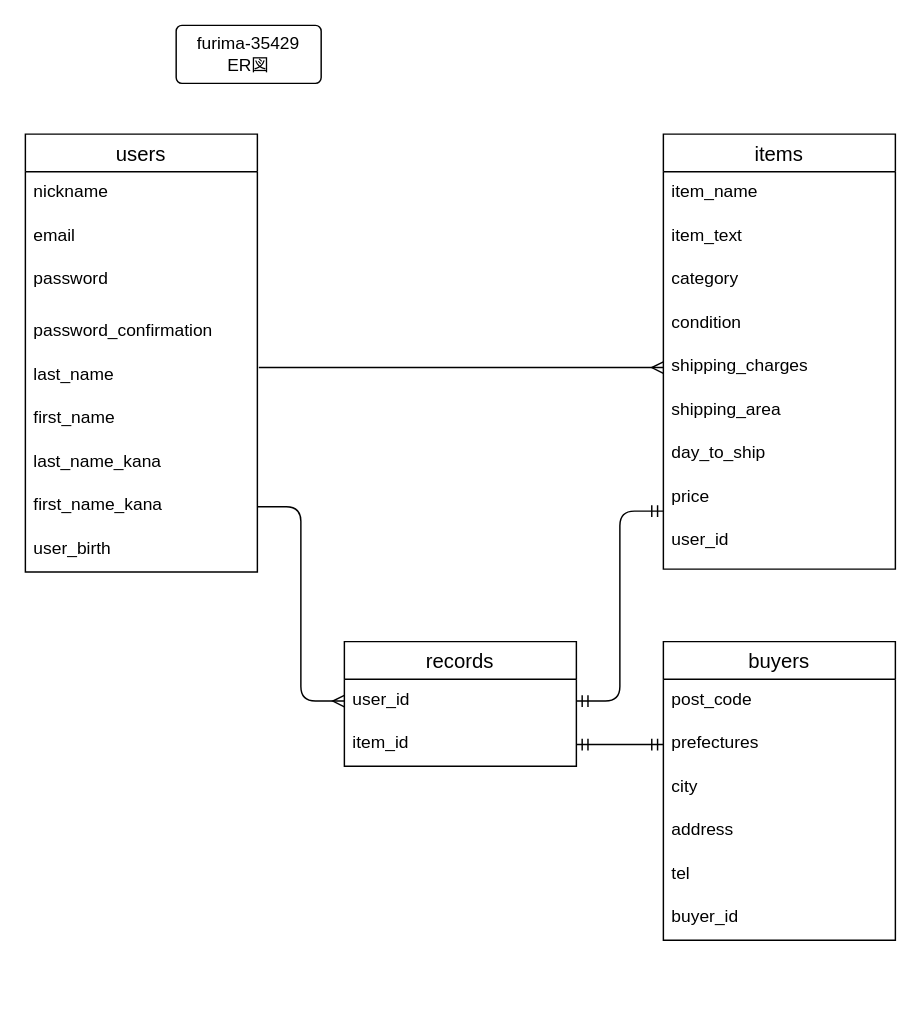
Above: furima.dio in YoheiEguchi/furima-35429 (draw.io), before the change. Source tidied: cells renumbered, new cells numbered last; positions are measured from the earlier drawing's top-left corner, leaving out a move shared by most shapes. Both pictures are drawn from the tidied source at 145%, with x=0, y=0 at pixel (25, 25).
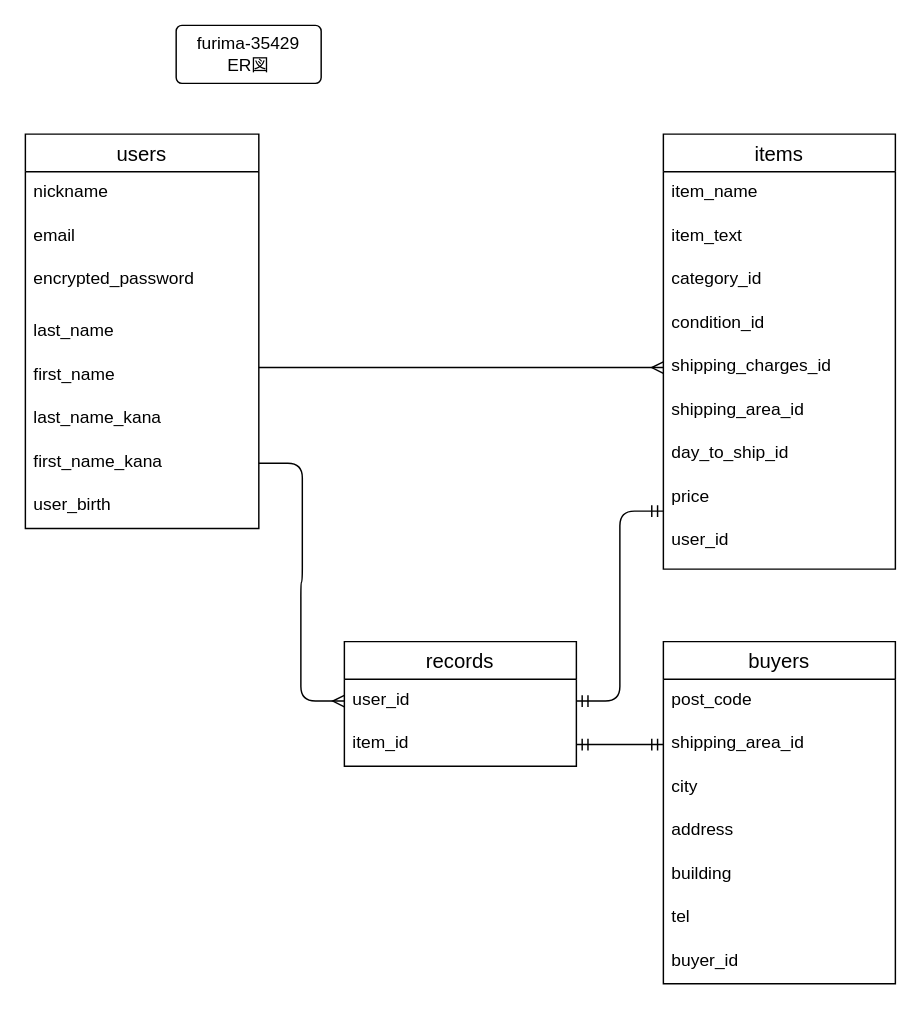
The same diagram, later.

Commit message (it also covers changes not shown here):
ER図、README修正

Unchanged cells that the change refers to:
```xml
<mxCell id="14" value="items" style="swimlane;fontStyle=0;horizontal=1;startSize=26;align=center;fontSize=14;" parent="1" vertex="1">
  <mxGeometry x="440" y="75" width="160" height="300" as="geometry" />
</mxCell>
```

Change to the diagram source:
```diff
@@
     <mxCell id="2" value="users" style="swimlane;fontStyle=0;horizontal=1;startSize=26;align=center;fontSize=14;" parent="1" vertex="1">
-      <mxGeometry y="75" width="160" height="302" as="geometry" />
+      <mxGeometry y="75" width="161" height="272" as="geometry" />
     </mxCell>
     <mxCell id="3" value="nickname" style="text;strokeColor=none;fillColor=none;spacingLeft=4;spacingRight=4;overflow=hidden;fontSize=12;" parent="2" vertex="1">
-      <mxGeometry y="26" width="160" height="30" as="geometry" />
+      <mxGeometry y="26" width="161" height="30" as="geometry" />
     </mxCell>
     <mxCell id="4" value="email" style="text;strokeColor=none;fillColor=none;spacingLeft=4;spacingRight=4;overflow=hidden;fontSize=12;" parent="2" vertex="1">
-      <mxGeometry y="56" width="160" height="30" as="geometry" />
+      <mxGeometry y="56" width="161" height="30" as="geometry" />
     </mxCell>
-    <mxCell id="5" value="password" style="text;strokeColor=none;fillColor=none;spacingLeft=4;spacingRight=4;overflow=hidden;fontSize=12;" parent="2" vertex="1">
-      <mxGeometry y="86" width="160" height="36" as="geometry" />
+    <mxCell id="5" value="encrypted_password" style="text;strokeColor=none;fillColor=none;spacingLeft=4;spacingRight=4;overflow=hidden;fontSize=12;" parent="2" vertex="1">
+      <mxGeometry y="86" width="161" height="36" as="geometry" />
     </mxCell>
-    <mxCell id="6" value="password_confirmation" style="text;strokeColor=none;fillColor=none;spacingLeft=4;spacingRight=4;overflow=hidden;points=[[0,0.5],[1,0.5]];portConstraint=eastwest;fontSize=12;" parent="2" vertex="1">
-      <mxGeometry y="122" width="160" height="30" as="geometry" />
-    </mxCell>
     <mxCell id="7" value="last_name" style="text;strokeColor=none;fillColor=none;spacingLeft=4;spacingRight=4;overflow=hidden;fontSize=12;" parent="2" vertex="1">
-      <mxGeometry y="152" width="160" height="30" as="geometry" />
+      <mxGeometry y="122" width="161" height="30" as="geometry" />
     </mxCell>
     <mxCell id="8" value="first_name" style="text;strokeColor=none;fillColor=none;spacingLeft=4;spacingRight=4;overflow=hidden;points=[[0,0.5],[1,0.5]];portConstraint=eastwest;fontSize=12;" parent="2" vertex="1">
-      <mxGeometry y="182" width="160" height="30" as="geometry" />
+      <mxGeometry y="152" width="161" height="30" as="geometry" />
     </mxCell>
     <mxCell id="9" value="last_name_kana" style="text;strokeColor=none;fillColor=none;spacingLeft=4;spacingRight=4;overflow=hidden;fontSize=12;" parent="2" vertex="1">
-      <mxGeometry y="212" width="160" height="30" as="geometry" />
+      <mxGeometry y="182" width="161" height="30" as="geometry" />
     </mxCell>
     <mxCell id="10" value="first_name_kana" style="text;strokeColor=none;fillColor=none;spacingLeft=4;spacingRight=4;overflow=hidden;points=[[0,0.5],[1,0.5]];portConstraint=eastwest;fontSize=12;" parent="2" vertex="1">
-      <mxGeometry y="242" width="160" height="30" as="geometry" />
+      <mxGeometry y="212" width="161" height="30" as="geometry" />
     </mxCell>
     <mxCell id="11" value="user_birth" style="text;strokeColor=none;fillColor=none;spacingLeft=4;spacingRight=4;overflow=hidden;fontSize=12;" parent="2" vertex="1">
-      <mxGeometry y="272" width="160" height="30" as="geometry" />
+      <mxGeometry y="242" width="161" height="30" as="geometry" />
     </mxCell>
@@
-    <mxCell id="13" style="edgeStyle=orthogonalEdgeStyle;rounded=0;orthogonalLoop=1;jettySize=auto;html=1;exitX=1;exitY=0.5;exitDx=0;exitDy=0;" parent="2" edge="1" source="6" target="6">
-      <mxGeometry relative="1" as="geometry" />
+    <mxCell id="13" style="edgeStyle=orthogonalEdgeStyle;rounded=0;orthogonalLoop=1;jettySize=auto;html=1;exitX=1;exitY=0.5;exitDx=0;exitDy=0;" parent="2" edge="1">
+      <mxGeometry relative="1" as="geometry">
+        <mxPoint x="160" y="137" as="sourcePoint" />
+        <mxPoint x="160" y="137" as="targetPoint" />
+      </mxGeometry>
     </mxCell>
@@
-    <mxCell id="17" value="category" style="text;strokeColor=none;fillColor=none;spacingLeft=4;spacingRight=4;overflow=hidden;fontSize=12;" parent="14" vertex="1">
+    <mxCell id="17" value="category_id" style="text;strokeColor=none;fillColor=none;spacingLeft=4;spacingRight=4;overflow=hidden;fontSize=12;" parent="14" vertex="1">
       <mxGeometry y="86" width="160" height="30" as="geometry" />
     </mxCell>
-    <mxCell id="18" value="condition" style="text;strokeColor=none;fillColor=none;spacingLeft=4;spacingRight=4;overflow=hidden;fontSize=12;" parent="14" vertex="1">
+    <mxCell id="18" value="condition_id" style="text;strokeColor=none;fillColor=none;spacingLeft=4;spacingRight=4;overflow=hidden;fontSize=12;" parent="14" vertex="1">
       <mxGeometry y="116" width="160" height="30" as="geometry" />
     </mxCell>
-    <mxCell id="19" value="shipping_charges" style="text;strokeColor=none;fillColor=none;spacingLeft=4;spacingRight=4;overflow=hidden;points=[[0,0.5],[1,0.5]];portConstraint=eastwest;fontSize=12;" parent="14" vertex="1">
+    <mxCell id="19" value="shipping_charges_id" style="text;strokeColor=none;fillColor=none;spacingLeft=4;spacingRight=4;overflow=hidden;points=[[0,0.5],[1,0.5]];portConstraint=eastwest;fontSize=12;" parent="14" vertex="1">
       <mxGeometry y="146" width="160" height="30" as="geometry" />
     </mxCell>
-    <mxCell id="20" value="shipping_area" style="text;strokeColor=none;fillColor=none;spacingLeft=4;spacingRight=4;overflow=hidden;fontSize=12;" parent="14" vertex="1">
+    <mxCell id="20" value="shipping_area_id" style="text;strokeColor=none;fillColor=none;spacingLeft=4;spacingRight=4;overflow=hidden;fontSize=12;" parent="14" vertex="1">
       <mxGeometry y="176" width="160" height="30" as="geometry" />
     </mxCell>
-    <mxCell id="21" value="day_to_ship" style="text;strokeColor=none;fillColor=none;spacingLeft=4;spacingRight=4;overflow=hidden;fontSize=12;" parent="14" vertex="1">
+    <mxCell id="21" value="day_to_ship_id" style="text;strokeColor=none;fillColor=none;spacingLeft=4;spacingRight=4;overflow=hidden;fontSize=12;" parent="14" vertex="1">
       <mxGeometry y="206" width="160" height="30" as="geometry" />
     </mxCell>
@@
     <mxCell id="30" value="buyers" style="swimlane;fontStyle=0;horizontal=1;startSize=26;align=center;fontSize=14;rounded=0;sketch=0;" parent="1" vertex="1">
-      <mxGeometry x="440" y="425" width="160" height="206" as="geometry" />
+      <mxGeometry x="440" y="425" width="160" height="236" as="geometry" />
     </mxCell>
@@
-    <mxCell id="32" value="prefectures" style="text;strokeColor=none;fillColor=none;spacingLeft=4;spacingRight=4;overflow=hidden;points=[[0,0.5],[1,0.5]];portConstraint=eastwest;fontSize=12;" parent="30" vertex="1">
+    <mxCell id="32" value="shipping_area_id " style="text;strokeColor=none;fillColor=none;spacingLeft=4;spacingRight=4;overflow=hidden;points=[[0,0.5],[1,0.5]];portConstraint=eastwest;fontSize=12;" parent="30" vertex="1">
       <mxGeometry y="56" width="160" height="30" as="geometry" />
     </mxCell>
@@
+    <mxCell id="39" value="building " style="text;strokeColor=none;fillColor=none;spacingLeft=4;spacingRight=4;overflow=hidden;fontSize=12;" parent="30" vertex="1">
+      <mxGeometry y="146" width="160" height="30" as="geometry" />
+    </mxCell>
     <mxCell id="35" value="tel" style="text;strokeColor=none;fillColor=none;spacingLeft=4;spacingRight=4;overflow=hidden;fontSize=12;" parent="30" vertex="1">
-      <mxGeometry y="146" width="160" height="30" as="geometry" />
+      <mxGeometry y="176" width="160" height="30" as="geometry" />
     </mxCell>
     <mxCell id="36" value="buyer_id" style="text;strokeColor=none;fillColor=none;spacingLeft=4;spacingRight=4;overflow=hidden;fontSize=12;" parent="30" vertex="1">
-      <mxGeometry y="176" width="160" height="30" as="geometry" />
+      <mxGeometry y="206" width="160" height="30" as="geometry" />
     </mxCell>
```
